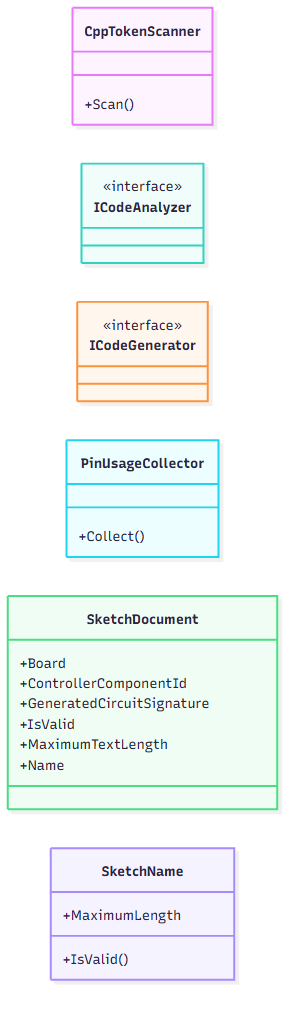
Before: docs/uml/images/code-core-02.png, a diagram exported from Mermaid (Ismail-DEV-dg/3D-physical-Technical-constructor). Its source is kept beside it as docs/uml/generated/code-core-02.mmd.
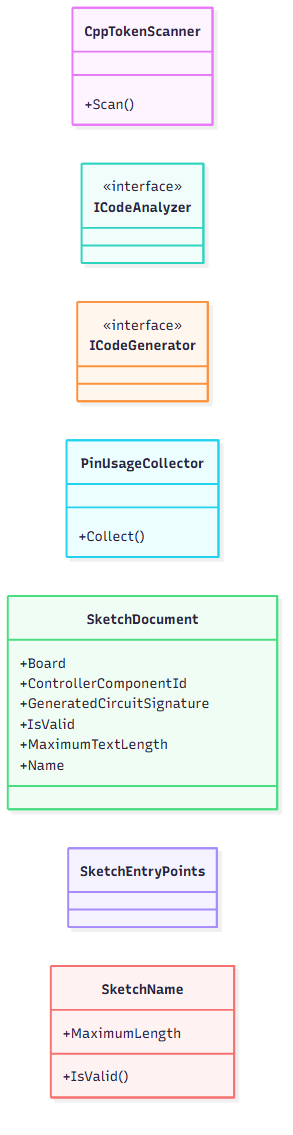
Above is the later version.

What changed in the source:
```diff
@@ -15,6 +15,7 @@
     T05 : +IsValid
     T05 : +MaximumTextLength
     T05 : +Name
-    class T06["SketchName"]
-    T06 : +IsValid()
-    T06 : +MaximumLength
+    class T06["SketchEntryPoints"]
+    class T07["SketchName"]
+    T07 : +IsValid()
+    T07 : +MaximumLength
```
